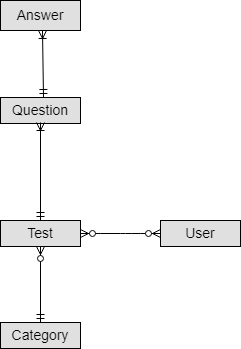
The draw.io diagram schema.png in Kseniya82/first-test, before a commit. Source tidied: cells renumbered, new cells last; positions are measured from the earlier drawing's top-left corner, leaving out a move shared by most shapes. The source it was exported from:
```xml
<mxGraphModel background="#ffffff">
  <root>
    <mxCell id="0" />
    <mxCell id="1" parent="0" />
    <mxCell id="2" value="Test" style="text;align=center;verticalAlign=middle;spacingLeft=4;spacingRight=4;strokeColor=#000000;fillColor=#e0e0e0;points=[[0,0.5],[1,0.5]];portConstraint=eastwest;fontSize=14;" parent="1" vertex="1">
      <mxGeometry y="220" width="80" height="26" as="geometry" />
    </mxCell>
    <mxCell id="3" value="Category" style="text;align=center;verticalAlign=middle;spacingLeft=4;spacingRight=4;strokeColor=#000000;fillColor=#e0e0e0;points=[[0,0.5],[1,0.5]];portConstraint=eastwest;fontSize=14;" parent="1" vertex="1">
      <mxGeometry y="322" width="80" height="26" as="geometry" />
    </mxCell>
    <mxCell id="4" value="User" style="text;align=center;verticalAlign=middle;spacingLeft=4;spacingRight=4;strokeColor=#000000;fillColor=#e0e0e0;points=[[0,0.5],[1,0.5]];portConstraint=eastwest;fontSize=14;" parent="1" vertex="1">
      <mxGeometry x="160" y="220" width="80" height="26" as="geometry" />
    </mxCell>
    <mxCell id="5" style="edgeStyle=entityRelationEdgeStyle;fontSize=12;html=1;endArrow=ERzeroToMany;endFill=1;startArrow=ERzeroToMany;exitX=1;exitY=0.5;" parent="1" edge="1" source="2" target="4">
      <mxGeometry relative="1" as="geometry" />
    </mxCell>
    <mxCell id="6" style="fontSize=12;html=1;endArrow=ERzeroToMany;startArrow=ERmandOne;" parent="1" edge="1" source="3" target="2">
      <mxGeometry relative="1" as="geometry" />
    </mxCell>
    <mxCell id="7" value="Answer" style="text;align=center;verticalAlign=middle;spacingLeft=4;spacingRight=4;strokeColor=#000000;fillColor=#e0e0e0;points=[[0,0.5],[1,0.5]];portConstraint=eastwest;fontSize=14;" parent="1" vertex="1">
      <mxGeometry width="80" height="30" as="geometry" />
    </mxCell>
    <mxCell id="8" style="fontSize=12;html=1;endArrow=ERoneToMany;startArrow=ERmandOne;entryX=0.528;entryY=0.988;entryPerimeter=0;" parent="1" edge="1" target="7">
      <mxGeometry relative="1" as="geometry">
        <mxPoint x="43" y="97" as="sourcePoint" />
      </mxGeometry>
    </mxCell>
    <mxCell id="9" value="Question" style="text;align=center;verticalAlign=middle;spacingLeft=4;spacingRight=4;strokeColor=#000000;fillColor=#e0e0e0;points=[[0,0.5],[1,0.5]];portConstraint=eastwest;fontSize=14;" parent="1" vertex="1">
      <mxGeometry y="97" width="80" height="26" as="geometry" />
    </mxCell>
    <mxCell id="10" style="fontSize=12;html=1;endArrow=ERoneToMany;startArrow=ERmandOne;entryX=0.502;entryY=0.971;entryPerimeter=0;" parent="1" edge="1" source="2" target="9">
      <mxGeometry relative="1" as="geometry" />
    </mxCell>
  </root>
</mxGraphModel>
```
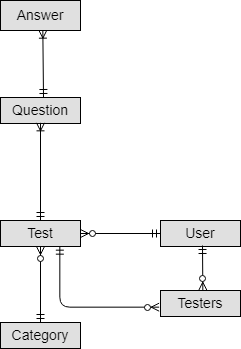
Above is the later version.

Diff of the diagram source:
```diff
@@ -11,9 +11,6 @@
     <mxCell id="4" value="User" style="text;align=center;verticalAlign=middle;spacingLeft=4;spacingRight=4;strokeColor=#000000;fillColor=#e0e0e0;points=[[0,0.5],[1,0.5]];portConstraint=eastwest;fontSize=14;" parent="1" vertex="1">
       <mxGeometry x="160" y="220" width="80" height="26" as="geometry" />
     </mxCell>
-    <mxCell id="5" style="edgeStyle=entityRelationEdgeStyle;fontSize=12;html=1;endArrow=ERzeroToMany;endFill=1;startArrow=ERzeroToMany;exitX=1;exitY=0.5;" parent="1" edge="1" source="2" target="4">
-      <mxGeometry relative="1" as="geometry" />
-    </mxCell>
     <mxCell id="6" style="fontSize=12;html=1;endArrow=ERzeroToMany;startArrow=ERmandOne;" parent="1" edge="1" source="3" target="2">
       <mxGeometry relative="1" as="geometry" />
     </mxCell>
@@ -31,5 +28,19 @@
     <mxCell id="10" style="fontSize=12;html=1;endArrow=ERoneToMany;startArrow=ERmandOne;entryX=0.502;entryY=0.971;entryPerimeter=0;" parent="1" edge="1" source="2" target="9">
       <mxGeometry relative="1" as="geometry" />
     </mxCell>
+    <mxCell id="11" style="fontSize=12;html=1;endArrow=ERzeroToMany;startArrow=ERmandOne;exitX=0;exitY=0.5;entryX=1;entryY=0.5;" parent="1" edge="1" source="4" target="2">
+      <mxGeometry relative="1" as="geometry" />
+    </mxCell>
+    <mxCell id="12" value="Testers" style="text;align=center;verticalAlign=middle;spacingLeft=4;spacingRight=4;strokeColor=#000000;fillColor=#e0e0e0;points=[[0,0.5],[1,0.5]];portConstraint=eastwest;fontSize=14;" parent="1" vertex="1">
+      <mxGeometry x="160" y="290" width="80" height="26" as="geometry" />
+    </mxCell>
+    <mxCell id="13" style="fontSize=12;html=1;endArrow=ERzeroToMany;startArrow=ERmandOne;entryX=0.529;entryY=-0.013;entryPerimeter=0;" parent="1" edge="1" target="12">
+      <mxGeometry relative="1" as="geometry">
+        <mxPoint x="202" y="245" as="sourcePoint" />
+      </mxGeometry>
+    </mxCell>
+    <mxCell id="14" style="fontSize=12;html=1;endArrow=ERzeroToMany;startArrow=ERmandOne;exitX=0.742;exitY=0.987;exitPerimeter=0;entryX=-0.017;entryY=0.641;entryPerimeter=0;edgeStyle=orthogonalEdgeStyle;" parent="1" edge="1" source="2" target="12">
+      <mxGeometry relative="1" as="geometry" />
+    </mxCell>
   </root>
 </mxGraphModel>
```
